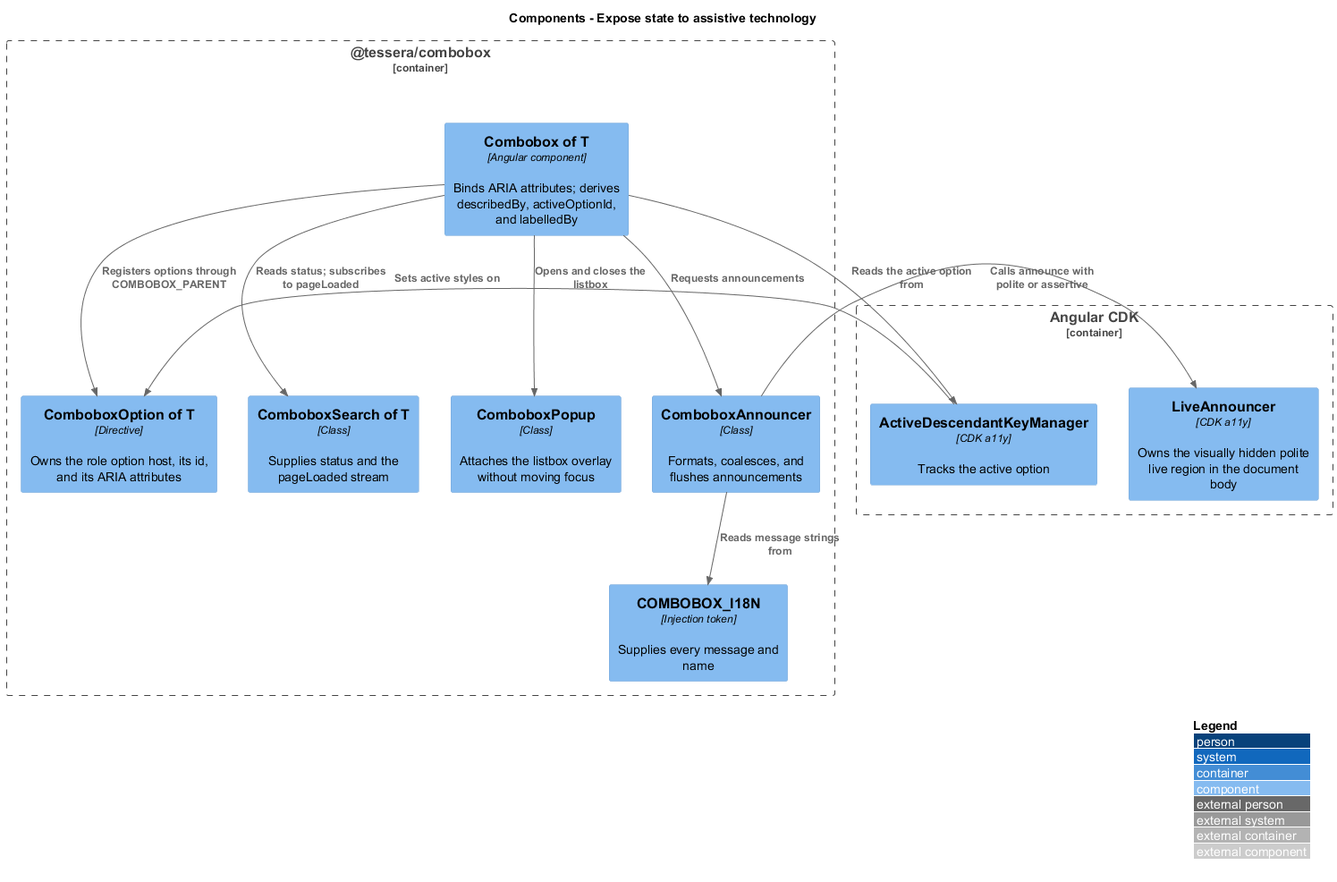
Before: docs/detailed-designs/combobox/expose-to-assistive-tech/diagrams/c4-component.png, a diagram exported from PlantUML (QuinntyneBrown/Tessera). Its diagram source:
```plantuml
@startuml
!include <C4/C4_Component>
LAYOUT_WITH_LEGEND()
title Components - Expose state to assistive technology

Container_Boundary(pkg, "@tessera/combobox") {
  Component(combobox, "Combobox of T", "Angular component", "Binds ARIA attributes; derives describedBy, activeOptionId, and labelledBy")
  Component(option, "ComboboxOption of T", "Directive", "Owns the role option host, its id, and its ARIA attributes")
  Component(search, "ComboboxSearch of T", "Class", "Supplies status and the pageLoaded stream")
  Component(popup, "ComboboxPopup", "Class", "Attaches the listbox overlay without moving focus")
  Component(announcer, "ComboboxAnnouncer", "Class", "Formats, coalesces, and flushes announcements")
  Component(i18n, "COMBOBOX_I18N", "Injection token", "Supplies every message and name")
}
Container_Boundary(cdk, "Angular CDK") {
  Component(live, "LiveAnnouncer", "CDK a11y", "Owns the visually hidden polite live region in the document body")
  Component(keymanager, "ActiveDescendantKeyManager", "CDK a11y", "Tracks the active option")
}

Rel(combobox, option, "Registers options through COMBOBOX_PARENT")
Rel(combobox, search, "Reads status; subscribes to pageLoaded")
Rel(combobox, popup, "Opens and closes the listbox")
Rel(combobox, announcer, "Requests announcements")
Rel(combobox, keymanager, "Reads the active option from")
Rel(keymanager, option, "Sets active styles on")
Rel(announcer, i18n, "Reads message strings from")
Rel(announcer, live, "Calls announce with polite or assertive")
@enduml
```
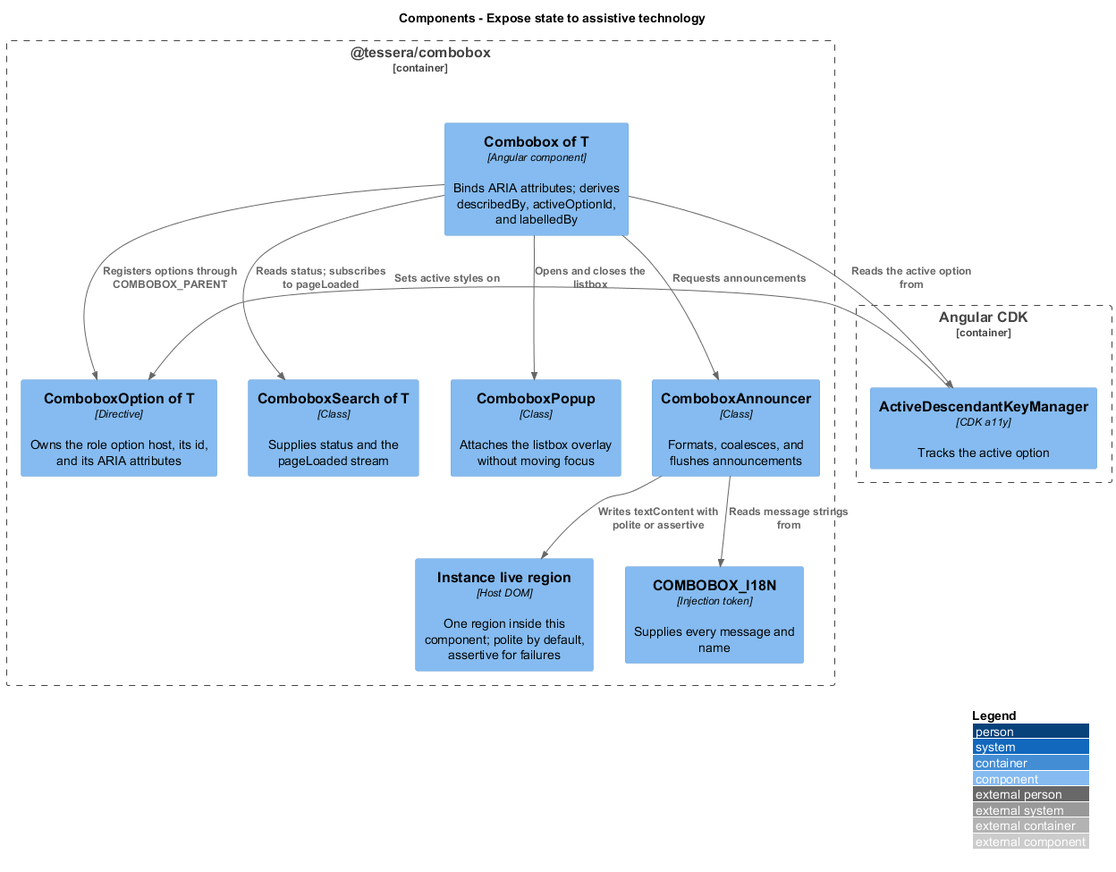
Later version of the same file.

Change to the diagram source:
```diff
@@ -9,10 +9,10 @@
   Component(search, "ComboboxSearch of T", "Class", "Supplies status and the pageLoaded stream")
   Component(popup, "ComboboxPopup", "Class", "Attaches the listbox overlay without moving focus")
   Component(announcer, "ComboboxAnnouncer", "Class", "Formats, coalesces, and flushes announcements")
+  Component(live, "Instance live region", "Host DOM", "One region inside this component; polite by default, assertive for failures")
   Component(i18n, "COMBOBOX_I18N", "Injection token", "Supplies every message and name")
 }
 Container_Boundary(cdk, "Angular CDK") {
-  Component(live, "LiveAnnouncer", "CDK a11y", "Owns the visually hidden polite live region in the document body")
   Component(keymanager, "ActiveDescendantKeyManager", "CDK a11y", "Tracks the active option")
 }
 
@@ -23,5 +23,5 @@
 Rel(combobox, keymanager, "Reads the active option from")
 Rel(keymanager, option, "Sets active styles on")
 Rel(announcer, i18n, "Reads message strings from")
-Rel(announcer, live, "Calls announce with polite or assertive")
+Rel(announcer, live, "Writes textContent with polite or assertive")
 @enduml
```
